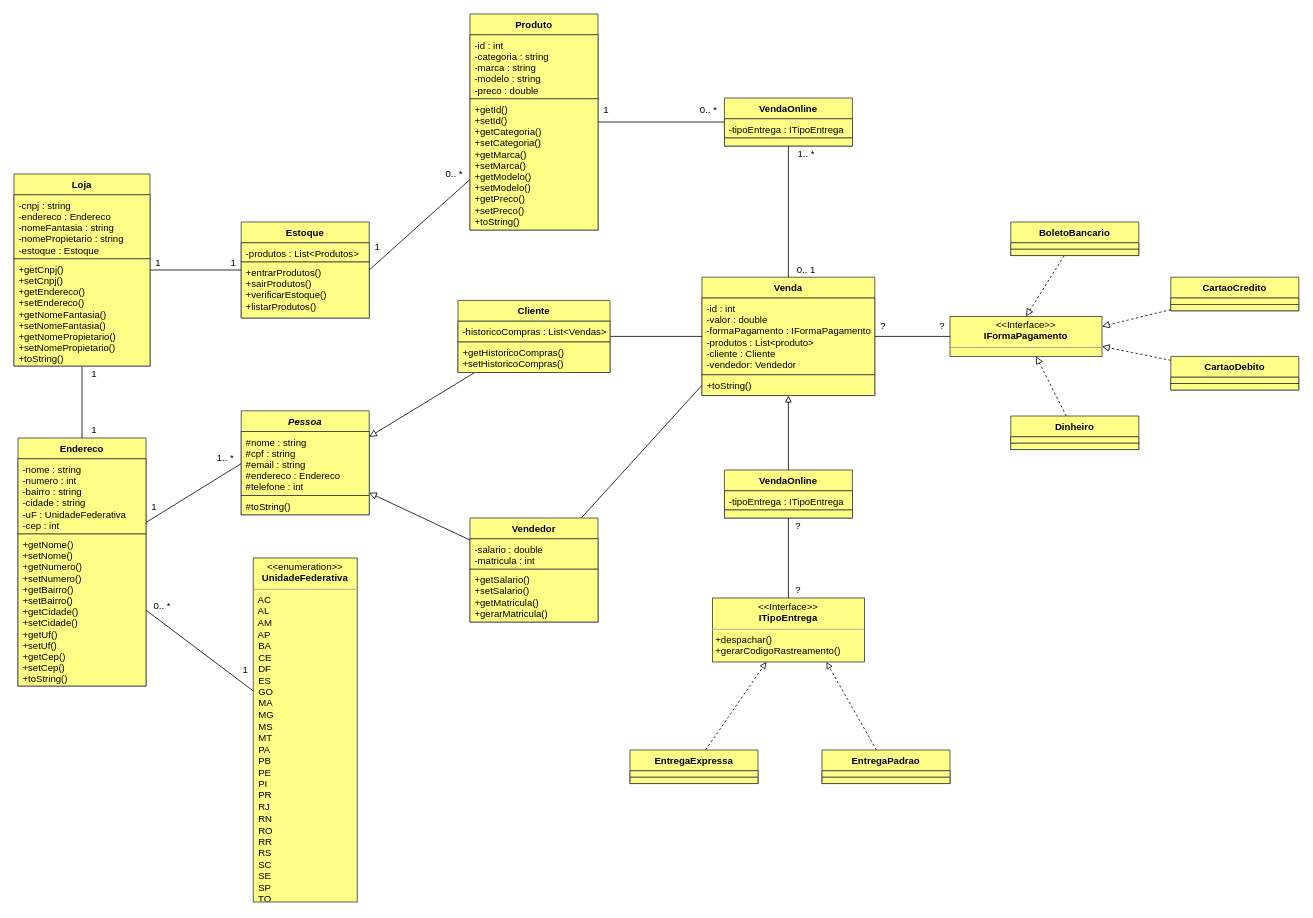
Above: docs/loja-de-roupas.drawio.xml in HenriqueMiossi/Loja-de-Roupas (draw.io), before the change. Source tidied: cells renumbered, new cells numbered last; positions are measured from the earlier drawing's top-left corner, leaving out a move shared by most shapes. Both pictures are drawn from the tidied source at 80%, with x=0, y=0 at pixel (14, 14).
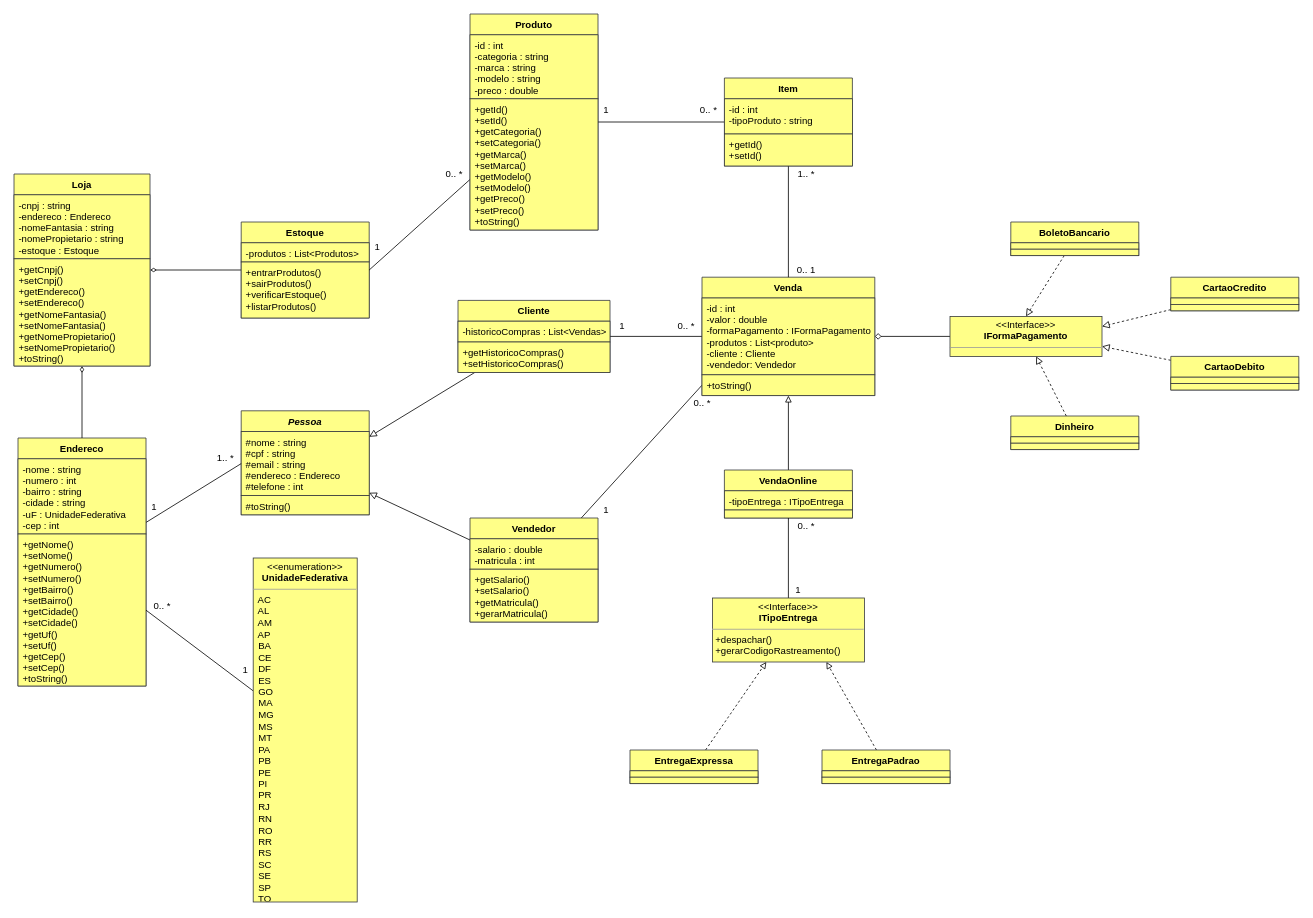
Above is the later version.

Commit message (it also covers changes not shown here):
Docs: fix some cardinalities and relations, fix duplicated VendaOnline

Unchanged cells that the change refers to:
```xml
<mxCell id="6" value="Endereco" style="swimlane;fontStyle=1;align=center;verticalAlign=top;horizontal=1;startSize=26;strokeColor=#36393d;fillColor=#ffff88;" parent="1" vertex="1">
  <mxGeometry x="5" y="530" width="160" height="310" as="geometry" />
</mxCell>
<mxCell id="11" value="Loja" style="swimlane;fontStyle=1;align=center;verticalAlign=top;horizontal=1;startSize=26;strokeColor=#36393d;fillColor=#ffff88;" parent="1" vertex="1">
  <mxGeometry y="200" width="170" height="240" as="geometry" />
</mxCell>
<mxCell id="25" value="Venda" style="swimlane;fontStyle=1;align=center;verticalAlign=top;horizontal=1;startSize=26;strokeColor=#36393d;fillColor=#ffff88;" parent="1" vertex="1">
  <mxGeometry x="860" y="329" width="216" height="148" as="geometry" />
</mxCell>
<mxCell id="28" value="Estoque" style="swimlane;fontStyle=1;align=center;verticalAlign=top;horizontal=1;startSize=26;strokeColor=#36393d;fillColor=#ffff88;" parent="1" vertex="1">
  <mxGeometry x="284" y="260" width="160" height="120" as="geometry" />
</mxCell>
<mxCell id="36" value="&lt;p style=&quot;margin: 0px ; margin-top: 4px ; text-align: center&quot;&gt;&amp;lt;&amp;lt;Interface&amp;gt;&amp;gt;&lt;br&gt;&lt;b&gt;IFormaPagamento&lt;br&gt;&lt;/b&gt;&lt;/p&gt;&lt;hr size=&quot;1&quot;&gt;&lt;p style=&quot;margin: 0px ; margin-left: 4px&quot;&gt;&lt;br&gt;&lt;/p&gt;" style="verticalAlign=top;align=left;overflow=fill;fontSize=12;fontFamily=Helvetica;html=1;fillColor=#ffff88;strokeColor=#36393d;" parent="1" vertex="1">
  <mxGeometry x="1170" y="378" width="190" height="50" as="geometry" />
</mxCell>
```

What changed in the source:
```diff
@@
-    <mxCell id="9" style="edgeStyle=none;rounded=0;jettySize=auto;html=1;entryX=0.5;entryY=0;entryDx=0;entryDy=0;endArrow=none;endFill=0;" parent="1" edge="1" source="11" target="6">
+    <mxCell id="9" style="edgeStyle=none;rounded=0;jettySize=auto;html=1;entryX=0.5;entryY=0;entryDx=0;entryDy=0;endArrow=none;endFill=0;startArrow=diamondThin;startFill=0;" parent="1" edge="1" source="11" target="6">
       <mxGeometry relative="1" as="geometry" />
     </mxCell>
-    <mxCell id="10" style="rounded=0;jettySize=auto;html=1;endArrow=none;endFill=0;" parent="1" edge="1" source="11" target="28">
+    <mxCell id="10" style="rounded=0;jettySize=auto;html=1;endArrow=none;endFill=0;startArrow=diamondThin;startFill=0;" parent="1" edge="1" source="11" target="28">
       <mxGeometry relative="1" as="geometry" />
     </mxCell>
@@
-    <mxCell id="24" style="edgeStyle=none;rounded=0;jettySize=auto;html=1;entryX=0;entryY=0.5;entryDx=0;entryDy=0;endArrow=none;endFill=0;" parent="1" edge="1" source="25" target="36">
+    <mxCell id="24" style="edgeStyle=none;rounded=0;jettySize=auto;html=1;entryX=0;entryY=0.5;entryDx=0;entryDy=0;endArrow=none;endFill=0;startArrow=diamond;startFill=0;" parent="1" edge="1" source="25" target="36">
       <mxGeometry relative="1" as="geometry" />
     </mxCell>
@@
-    <mxCell id="70" value="1" style="text;html=1;align=center;verticalAlign=middle;strokeColor=none;fillColor=none;" parent="1" vertex="1">
-      <mxGeometry x="90" y="510" width="20" height="20" as="geometry" />
-    </mxCell>
-    <mxCell id="71" value="1" style="text;html=1;align=center;verticalAlign=middle;strokeColor=none;fillColor=none;" parent="1" vertex="1">
-      <mxGeometry x="90" y="440" width="20" height="20" as="geometry" />
-    </mxCell>
-    <mxCell id="72" value="1" style="text;html=1;align=center;verticalAlign=middle;strokeColor=none;fillColor=none;" parent="1" vertex="1">
-      <mxGeometry x="264" y="302" width="20" height="20" as="geometry" />
-    </mxCell>
-    <mxCell id="73" value="1" style="text;html=1;align=center;verticalAlign=middle;strokeColor=none;fillColor=none;" parent="1" vertex="1">
-      <mxGeometry x="170" y="302" width="20" height="20" as="geometry" />
-    </mxCell>
@@
-    <mxCell id="81" value="VendaOnline" style="swimlane;fontStyle=1;align=center;verticalAlign=top;horizontal=1;startSize=26;strokeColor=#36393d;fillColor=#ffff88;" parent="1" vertex="1">
-      <mxGeometry x="888" y="105" width="160" height="60" as="geometry" />
+    <mxCell id="81" value="Item" style="swimlane;fontStyle=1;align=center;verticalAlign=top;horizontal=1;startSize=26;strokeColor=#36393d;fillColor=#ffff88;" parent="1" vertex="1">
+      <mxGeometry x="888" y="80" width="160" height="110" as="geometry" />
     </mxCell>
-    <mxCell id="82" value="-tipoEntrega : ITipoEntrega" style="text;strokeColor=#36393d;fillColor=#ffff88;align=left;verticalAlign=top;spacingLeft=4;spacingRight=4;overflow=hidden;" parent="81" vertex="1">
-      <mxGeometry y="26" width="160" height="24" as="geometry" />
+    <mxCell id="82" value="-id : int&#10;-tipoProduto : string" style="text;strokeColor=#36393d;fillColor=#ffff88;align=left;verticalAlign=top;spacingLeft=4;spacingRight=4;overflow=hidden;" parent="81" vertex="1">
+      <mxGeometry y="26" width="160" height="44" as="geometry" />
     </mxCell>
-    <mxCell id="83" style="text;strokeColor=#36393d;fillColor=#ffff88;align=left;verticalAlign=top;spacingLeft=4;spacingRight=4;overflow=hidden;fontStyle=0;" parent="81" vertex="1">
-      <mxGeometry y="50" width="160" height="10" as="geometry" />
+    <mxCell id="83" value="+getId()&#10;+setId()&#10;" style="text;strokeColor=#36393d;fillColor=#ffff88;align=left;verticalAlign=top;spacingLeft=4;spacingRight=4;overflow=hidden;fontStyle=0;" parent="81" vertex="1">
+      <mxGeometry y="70" width="160" height="40" as="geometry" />
     </mxCell>
@@
     <mxCell id="86" value="1.. *" style="text;html=1;align=center;verticalAlign=middle;strokeColor=none;fillColor=none;" parent="1" vertex="1">
-      <mxGeometry x="970" y="165" width="40" height="20" as="geometry" />
+      <mxGeometry x="970" y="190" width="40" height="20" as="geometry" />
     </mxCell>
@@
-    <mxCell id="88" value="?" style="text;html=1;align=center;verticalAlign=middle;strokeColor=none;fillColor=none;" parent="1" vertex="1">
-      <mxGeometry x="970" y="630" width="20" height="20" as="geometry" />
+    <mxCell id="88" value="0.. *" style="text;html=1;align=center;verticalAlign=middle;strokeColor=none;fillColor=none;" parent="1" vertex="1">
+      <mxGeometry x="970" y="630" width="40" height="20" as="geometry" />
     </mxCell>
-    <mxCell id="89" value="?" style="text;html=1;align=center;verticalAlign=middle;strokeColor=none;fillColor=none;" parent="1" vertex="1">
+    <mxCell id="89" value="1" style="text;html=1;align=center;verticalAlign=middle;strokeColor=none;fillColor=none;" parent="1" vertex="1">
       <mxGeometry x="970" y="710" width="20" height="20" as="geometry" />
     </mxCell>
-    <mxCell id="90" value="?" style="text;html=1;align=center;verticalAlign=middle;strokeColor=none;fillColor=none;" parent="1" vertex="1">
-      <mxGeometry x="1076" y="380" width="20" height="20" as="geometry" />
-    </mxCell>
-    <mxCell id="91" value="?" style="text;html=1;align=center;verticalAlign=middle;strokeColor=none;fillColor=none;" parent="1" vertex="1">
-      <mxGeometry x="1150" y="380" width="20" height="20" as="geometry" />
-    </mxCell>
+    <mxCell id="92" value="1" style="text;html=1;align=center;verticalAlign=middle;strokeColor=none;fillColor=none;" parent="1" vertex="1">
+      <mxGeometry x="750" y="380" width="20" height="20" as="geometry" />
+    </mxCell>
+    <mxCell id="93" value="0.. *" style="text;html=1;align=center;verticalAlign=middle;strokeColor=none;fillColor=none;" parent="1" vertex="1">
+      <mxGeometry x="820" y="380" width="40" height="20" as="geometry" />
+    </mxCell>
+    <mxCell id="94" value="1" style="text;html=1;align=center;verticalAlign=middle;strokeColor=none;fillColor=none;" parent="1" vertex="1">
+      <mxGeometry x="730" y="610" width="20" height="20" as="geometry" />
+    </mxCell>
+    <mxCell id="95" value="0.. *" style="text;html=1;align=center;verticalAlign=middle;strokeColor=none;fillColor=none;" parent="1" vertex="1">
+      <mxGeometry x="840" y="477" width="40" height="20" as="geometry" />
+    </mxCell>
```
